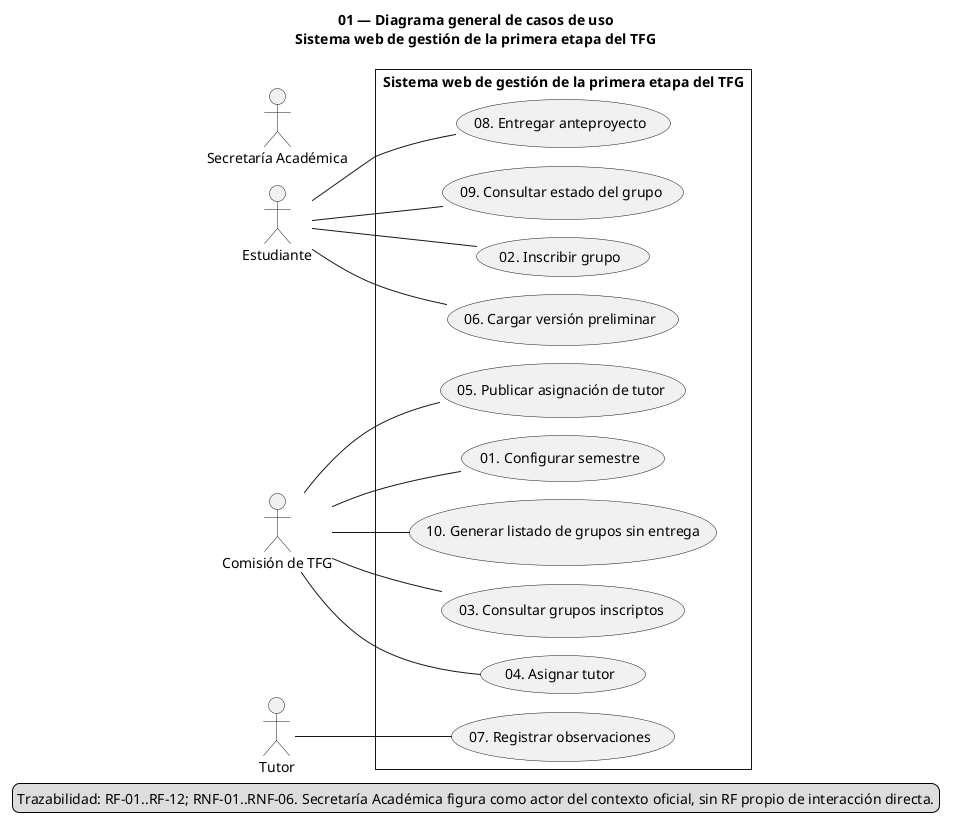
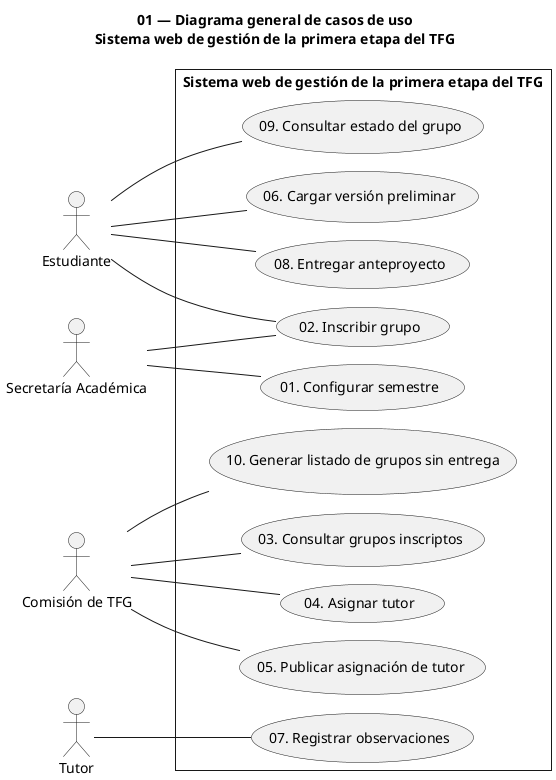
@startuml
!pragma layout smetana
left to right direction
skinparam style strictuml
skinparam shadowing false
+ 
title 01 — Diagrama general de casos de uso\nSistema web de gestión de la primera etapa del TFG
+ 
actor "Estudiante" as Estudiante
actor "Comisión de TFG" as Comision
actor "Tutor" as Tutor
actor "Secretaría Académica" as Secretaria
+ 
rectangle "Sistema web de gestión de la primera etapa del TFG" {
-   usecase "01. Configurar semestre" as UC01
-   usecase "02. Inscribir grupo" as UC02
-   usecase "03. Consultar grupos inscriptos" as UC03
-   usecase "04. Asignar tutor" as UC04
-   usecase "05. Publicar asignación de tutor" as UC05
-   usecase "06. Cargar versión preliminar" as UC06
-   usecase "07. Registrar observaciones" as UC07
-   usecase "08. Entregar anteproyecto" as UC08
-   usecase "09. Consultar estado del grupo" as UC09
-   usecase "10. Generar listado de grupos sin entrega" as UC10
+ usecase "01. Configurar semestre" as UC01
+ usecase "02. Inscribir grupo" as UC02
+ usecase "03. Consultar grupos inscriptos" as UC03
+ usecase "04. Asignar tutor" as UC04
+ usecase "05. Publicar asignación de tutor" as UC05
+ usecase "06. Cargar versión preliminar" as UC06
+ usecase "07. Registrar observaciones" as UC07
+ usecase "08. Entregar anteproyecto" as UC08
+ usecase "09. Consultar estado del grupo" as UC09
+ usecase "10. Generar listado de grupos sin entrega" as UC10
}
+ 
Estudiante -- UC02
Estudiante -- UC06
Estudiante -- UC08
Estudiante -- UC09
- Comision -- UC01
+ 
+ Secretaria -- UC01
+ Secretaria -- UC02
+ 
Comision -- UC03
Comision -- UC04
Comision -- UC05
Comision -- UC10
+ 
Tutor -- UC07
- legend bottom
- Trazabilidad: RF-01..RF-12; RNF-01..RNF-06. Secretaría Académica figura como actor del contexto oficial, sin RF propio de interacción directa.
- endlegend
- @enduml+ @enduml
